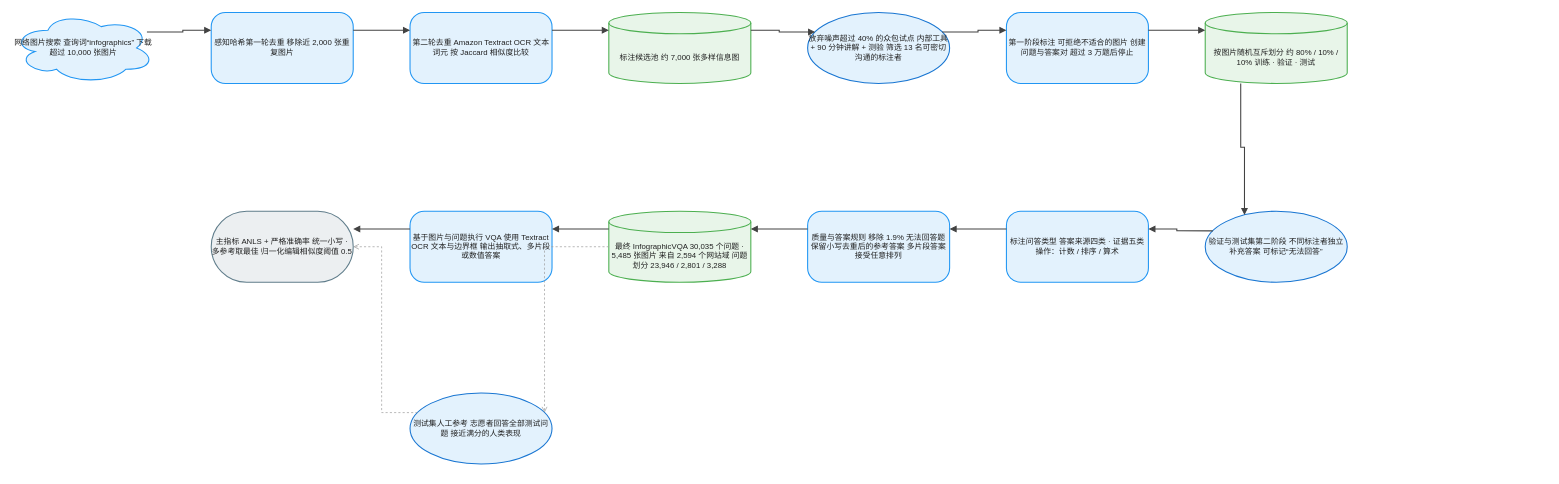
Before: client/public/drawio/InfographicVQA/InfographicVQA.zh.drawio in joe1chief/benchmark-hub, a draw.io diagram. Source tidied: cells renumbered, new cells numbered last; positions are measured from the earlier drawing's top-left corner, leaving out a move shared by most shapes. Both pictures are drawn from the tidied source at 71%, with x=0, y=0 at pixel (12, 12).
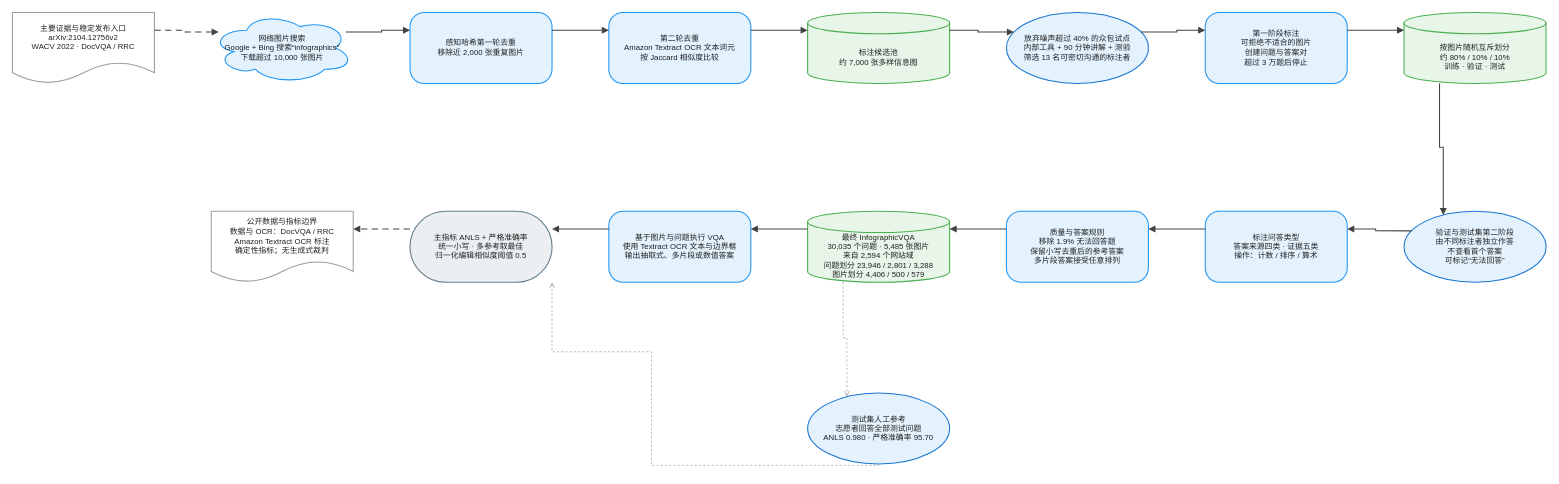
Above is the later version.

Diff of the diagram source:
```diff
@@
-    <mxCell id="2" value="网络图片搜索 查询词“infographics” 下载超过 10,000 张图片" style="ellipse;shape=cloud;html=1;whiteSpace=wrap;fillColor=#E3F2FD;strokeColor=#2196F3;strokeWidth=1.5;fontColor=#212121;fontSize=11;fontFamily=Arial, Helvetica, sans-serif;verticalAlign=middle;align=center;" parent="1" vertex="1">
+    <mxCell id="2" value="主要证据与稳定发布入口&#10;arXiv:2104.12756v2&#10;WACV 2022 · DocVQA / RRC" style="shape=document;boundedLbl=1;html=0;convertToSvg=1;whiteSpace=wrap;fillColor=#FFFFFF;strokeColor=#9E9E9E;strokeWidth=1.5;fontColor=#212121;fontSize=11;fontFamily=Arial, Helvetica, sans-serif;verticalAlign=middle;align=center;" parent="1" vertex="1">
       <mxGeometry width="200" height="100" as="geometry" />
     </mxCell>
-    <mxCell id="3" value="感知哈希第一轮去重 移除近 2,000 张重复图片" style="rounded=1;arcSize=20;html=1;whiteSpace=wrap;fillColor=#E3F2FD;strokeColor=#2196F3;strokeWidth=1.5;fontColor=#212121;fontSize=11;fontFamily=Arial, Helvetica, sans-serif;verticalAlign=middle;align=center;" parent="1" vertex="1">
+    <mxCell id="3" value="网络图片搜索&#10;Google + Bing 搜索“infographics”&#10;下载超过 10,000 张图片" style="ellipse;shape=cloud;html=0;convertToSvg=1;whiteSpace=wrap;fillColor=#E3F2FD;strokeColor=#2196F3;strokeWidth=1.5;fontColor=#212121;fontSize=11;fontFamily=Arial, Helvetica, sans-serif;verticalAlign=middle;align=center;" parent="1" vertex="1">
       <mxGeometry x="280" width="200" height="100" as="geometry" />
     </mxCell>
-    <mxCell id="4" value="第二轮去重 Amazon Textract OCR 文本词元 按 Jaccard 相似度比较" style="rounded=1;arcSize=20;html=1;whiteSpace=wrap;fillColor=#E3F2FD;strokeColor=#2196F3;strokeWidth=1.5;fontColor=#212121;fontSize=11;fontFamily=Arial, Helvetica, sans-serif;verticalAlign=middle;align=center;" parent="1" vertex="1">
+    <mxCell id="4" value="感知哈希第一轮去重&#10;移除近 2,000 张重复图片" style="rounded=1;arcSize=20;html=0;convertToSvg=1;whiteSpace=wrap;fillColor=#E3F2FD;strokeColor=#2196F3;strokeWidth=1.5;fontColor=#212121;fontSize=11;fontFamily=Arial, Helvetica, sans-serif;verticalAlign=middle;align=center;" parent="1" vertex="1">
       <mxGeometry x="560" width="200" height="100" as="geometry" />
     </mxCell>
-    <mxCell id="5" value="标注候选池 约 7,000 张多样信息图" style="shape=cylinder3;boundedLbl=1;backgroundOutline=1;size=15;html=1;whiteSpace=wrap;fillColor=#E8F5E9;strokeColor=#4CAF50;strokeWidth=1.5;fontColor=#212121;fontSize=11;fontFamily=Arial, Helvetica, sans-serif;verticalAlign=middle;align=center;" parent="1" vertex="1">
+    <mxCell id="5" value="第二轮去重&#10;Amazon Textract OCR 文本词元&#10;按 Jaccard 相似度比较" style="rounded=1;arcSize=20;html=0;convertToSvg=1;whiteSpace=wrap;fillColor=#E3F2FD;strokeColor=#2196F3;strokeWidth=1.5;fontColor=#212121;fontSize=11;fontFamily=Arial, Helvetica, sans-serif;verticalAlign=middle;align=center;" parent="1" vertex="1">
       <mxGeometry x="840" width="200" height="100" as="geometry" />
     </mxCell>
-    <mxCell id="6" value="放弃噪声超过 40% 的众包试点 内部工具 + 90 分钟讲解 + 测验 筛选 13 名可密切沟通的标注者" style="ellipse;html=1;whiteSpace=wrap;fillColor=#E3F2FD;strokeColor=#1976D2;strokeWidth=1.5;fontColor=#212121;fontSize=11;fontFamily=Arial, Helvetica, sans-serif;verticalAlign=middle;align=center;" parent="1" vertex="1">
+    <mxCell id="6" value="标注候选池&#10;约 7,000 张多样信息图" style="shape=cylinder3;boundedLbl=1;backgroundOutline=1;size=15;html=0;convertToSvg=1;whiteSpace=wrap;fillColor=#E8F5E9;strokeColor=#4CAF50;strokeWidth=1.5;fontColor=#212121;fontSize=11;fontFamily=Arial, Helvetica, sans-serif;verticalAlign=middle;align=center;" parent="1" vertex="1">
       <mxGeometry x="1120" width="200" height="100" as="geometry" />
     </mxCell>
-    <mxCell id="7" value="第一阶段标注 可拒绝不适合的图片 创建问题与答案对 超过 3 万题后停止" style="rounded=1;arcSize=20;html=1;whiteSpace=wrap;fillColor=#E3F2FD;strokeColor=#2196F3;strokeWidth=1.5;fontColor=#212121;fontSize=11;fontFamily=Arial, Helvetica, sans-serif;verticalAlign=middle;align=center;" parent="1" vertex="1">
+    <mxCell id="7" value="放弃噪声超过 40% 的众包试点&#10;内部工具 + 90 分钟讲解 + 测验&#10;筛选 13 名可密切沟通的标注者" style="ellipse;html=0;convertToSvg=1;whiteSpace=wrap;fillColor=#E3F2FD;strokeColor=#1976D2;strokeWidth=1.5;fontColor=#212121;fontSize=11;fontFamily=Arial, Helvetica, sans-serif;verticalAlign=middle;align=center;" parent="1" vertex="1">
       <mxGeometry x="1400" width="200" height="100" as="geometry" />
     </mxCell>
-    <mxCell id="8" value="按图片随机互斥划分 约 80% / 10% / 10% 训练 · 验证 · 测试" style="shape=cylinder3;boundedLbl=1;backgroundOutline=1;size=15;html=1;whiteSpace=wrap;fillColor=#E8F5E9;strokeColor=#4CAF50;strokeWidth=1.5;fontColor=#212121;fontSize=11;fontFamily=Arial, Helvetica, sans-serif;verticalAlign=middle;align=center;" parent="1" vertex="1">
+    <mxCell id="8" value="第一阶段标注&#10;可拒绝不适合的图片&#10;创建问题与答案对&#10;超过 3 万题后停止" style="rounded=1;arcSize=20;html=0;convertToSvg=1;whiteSpace=wrap;fillColor=#E3F2FD;strokeColor=#2196F3;strokeWidth=1.5;fontColor=#212121;fontSize=11;fontFamily=Arial, Helvetica, sans-serif;verticalAlign=middle;align=center;" parent="1" vertex="1">
       <mxGeometry x="1680" width="200" height="100" as="geometry" />
     </mxCell>
-    <mxCell id="9" value="验证与测试集第二阶段 不同标注者独立补充答案 可标记“无法回答”" style="ellipse;html=1;whiteSpace=wrap;fillColor=#E3F2FD;strokeColor=#1976D2;strokeWidth=1.5;fontColor=#212121;fontSize=11;fontFamily=Arial, Helvetica, sans-serif;verticalAlign=middle;align=center;" parent="1" vertex="1">
-      <mxGeometry x="1680" y="280" width="200" height="100" as="geometry" />
+    <mxCell id="9" value="按图片随机互斥划分&#10;约 80% / 10% / 10%&#10;训练 · 验证 · 测试" style="shape=cylinder3;boundedLbl=1;backgroundOutline=1;size=15;html=0;convertToSvg=1;whiteSpace=wrap;fillColor=#E8F5E9;strokeColor=#4CAF50;strokeWidth=1.5;fontColor=#212121;fontSize=11;fontFamily=Arial, Helvetica, sans-serif;verticalAlign=middle;align=center;" parent="1" vertex="1">
+      <mxGeometry x="1960" width="200" height="100" as="geometry" />
     </mxCell>
-    <mxCell id="10" value="标注问答类型 答案来源四类 · 证据五类 操作：计数 / 排序 / 算术" style="rounded=1;arcSize=20;html=1;whiteSpace=wrap;fillColor=#E3F2FD;strokeColor=#2196F3;strokeWidth=1.5;fontColor=#212121;fontSize=11;fontFamily=Arial, Helvetica, sans-serif;verticalAlign=middle;align=center;" parent="1" vertex="1">
-      <mxGeometry x="1400" y="280" width="200" height="100" as="geometry" />
+    <mxCell id="10" value="验证与测试集第二阶段&#10;由不同标注者独立作答&#10;不查看首个答案&#10;可标记“无法回答”" style="ellipse;html=0;convertToSvg=1;whiteSpace=wrap;fillColor=#E3F2FD;strokeColor=#1976D2;strokeWidth=1.5;fontColor=#212121;fontSize=11;fontFamily=Arial, Helvetica, sans-serif;verticalAlign=middle;align=center;" parent="1" vertex="1">
+      <mxGeometry x="1960" y="280" width="200" height="100" as="geometry" />
     </mxCell>
-    <mxCell id="11" value="质量与答案规则 移除 1.9% 无法回答题 保留小写去重后的参考答案 多片段答案接受任意排列" style="rounded=1;arcSize=20;html=1;whiteSpace=wrap;fillColor=#E3F2FD;strokeColor=#2196F3;strokeWidth=1.5;fontColor=#212121;fontSize=11;fontFamily=Arial, Helvetica, sans-serif;verticalAlign=middle;align=center;" parent="1" vertex="1">
-      <mxGeometry x="1120" y="280" width="200" height="100" as="geometry" />
+    <mxCell id="11" value="标注问答类型&#10;答案来源四类 · 证据五类&#10;操作：计数 / 排序 / 算术" style="rounded=1;arcSize=20;html=0;convertToSvg=1;whiteSpace=wrap;fillColor=#E3F2FD;strokeColor=#2196F3;strokeWidth=1.5;fontColor=#212121;fontSize=11;fontFamily=Arial, Helvetica, sans-serif;verticalAlign=middle;align=center;" parent="1" vertex="1">
+      <mxGeometry x="1680" y="280" width="200" height="100" as="geometry" />
     </mxCell>
-    <mxCell id="12" value="最终 InfographicVQA 30,035 个问题 · 5,485 张图片 来自 2,594 个网站域 问题划分 23,946 / 2,801 / 3,288" style="shape=cylinder3;boundedLbl=1;backgroundOutline=1;size=15;html=1;whiteSpace=wrap;fillColor=#E8F5E9;strokeColor=#4CAF50;strokeWidth=1.5;fontColor=#212121;fontSize=11;fontFamily=Arial, Helvetica, sans-serif;verticalAlign=middle;align=center;" parent="1" vertex="1">
-      <mxGeometry x="840" y="280" width="200" height="100" as="geometry" />
+    <mxCell id="12" value="质量与答案规则&#10;移除 1.9% 无法回答题&#10;保留小写去重后的参考答案&#10;多片段答案接受任意排列" style="rounded=1;arcSize=20;html=0;convertToSvg=1;whiteSpace=wrap;fillColor=#E3F2FD;strokeColor=#2196F3;strokeWidth=1.5;fontColor=#212121;fontSize=11;fontFamily=Arial, Helvetica, sans-serif;verticalAlign=middle;align=center;" parent="1" vertex="1">
+      <mxGeometry x="1400" y="280" width="200" height="100" as="geometry" />
     </mxCell>
-    <mxCell id="13" value="基于图片与问题执行 VQA 使用 Textract OCR 文本与边界框 输出抽取式、多片段或数值答案" style="rounded=1;arcSize=20;html=1;whiteSpace=wrap;fillColor=#E3F2FD;strokeColor=#2196F3;strokeWidth=1.5;fontColor=#212121;fontSize=11;fontFamily=Arial, Helvetica, sans-serif;verticalAlign=middle;align=center;" parent="1" vertex="1">
-      <mxGeometry x="560" y="280" width="200" height="100" as="geometry" />
+    <mxCell id="13" value="最终 InfographicVQA&#10;30,035 个问题 · 5,485 张图片&#10;来自 2,594 个网站域&#10;问题划分 23,946 / 2,801 / 3,288&#10;图片划分 4,406 / 500 / 579" style="shape=cylinder3;boundedLbl=1;backgroundOutline=1;size=15;html=0;convertToSvg=1;whiteSpace=wrap;fillColor=#E8F5E9;strokeColor=#4CAF50;strokeWidth=1.5;fontColor=#212121;fontSize=11;fontFamily=Arial, Helvetica, sans-serif;verticalAlign=middle;align=center;" parent="1" vertex="1">
+      <mxGeometry x="1120" y="280" width="200" height="100" as="geometry" />
     </mxCell>
-    <mxCell id="14" value="主指标 ANLS + 严格准确率 统一小写 · 多参考取最佳 归一化编辑相似度阈值 0.5" style="rounded=1;arcSize=50;html=1;whiteSpace=wrap;fillColor=#ECEFF1;strokeColor=#607D8B;strokeWidth=1.5;fontColor=#212121;fontSize=11;fontFamily=Arial, Helvetica, sans-serif;verticalAlign=middle;align=center;" parent="1" vertex="1">
-      <mxGeometry x="280" y="280" width="200" height="100" as="geometry" />
+    <mxCell id="14" value="基于图片与问题执行 VQA&#10;使用 Textract OCR 文本与边界框&#10;输出抽取式、多片段或数值答案" style="rounded=1;arcSize=20;html=0;convertToSvg=1;whiteSpace=wrap;fillColor=#E3F2FD;strokeColor=#2196F3;strokeWidth=1.5;fontColor=#212121;fontSize=11;fontFamily=Arial, Helvetica, sans-serif;verticalAlign=middle;align=center;" parent="1" vertex="1">
+      <mxGeometry x="840" y="280" width="200" height="100" as="geometry" />
     </mxCell>
-    <mxCell id="15" value="测试集人工参考 志愿者回答全部测试问题 接近满分的人类表现" style="ellipse;html=1;whiteSpace=wrap;fillColor=#E3F2FD;strokeColor=#1976D2;strokeWidth=1.5;fontColor=#212121;fontSize=11;fontFamily=Arial, Helvetica, sans-serif;verticalAlign=middle;align=center;" parent="1" vertex="1">
-      <mxGeometry x="560" y="536" width="200" height="100" as="geometry" />
+    <mxCell id="15" value="主指标 ANLS + 严格准确率&#10;统一小写 · 多参考取最佳&#10;归一化编辑相似度阈值 0.5" style="rounded=1;arcSize=50;html=0;convertToSvg=1;whiteSpace=wrap;fillColor=#ECEFF1;strokeColor=#607D8B;strokeWidth=1.5;fontColor=#212121;fontSize=11;fontFamily=Arial, Helvetica, sans-serif;verticalAlign=middle;align=center;" parent="1" vertex="1">
+      <mxGeometry x="560" y="280" width="200" height="100" as="geometry" />
     </mxCell>
-    <mxCell id="16" style="edgeStyle=orthogonalEdgeStyle;rounded=0;jettySize=auto;html=1;strokeColor=#424242;strokeWidth=1.5;endArrow=block;endFill=1;exitX=1;exitY=0.25;exitDx=0;exitDy=0;entryX=0;entryY=0.25;entryDx=0;entryDy=0;jumpStyle=arc;jumpSize=8;" parent="1" edge="1" source="2" target="3">
-      <mxGeometry relative="1" as="geometry" />
+    <mxCell id="16" value="测试集人工参考&#10;志愿者回答全部测试问题&#10;ANLS 0.980 · 严格准确率 95.70" style="ellipse;html=0;convertToSvg=1;whiteSpace=wrap;fillColor=#E3F2FD;strokeColor=#1976D2;strokeWidth=1.5;fontColor=#212121;fontSize=11;fontFamily=Arial, Helvetica, sans-serif;verticalAlign=middle;align=center;" parent="1" vertex="1">
+      <mxGeometry x="1120" y="536" width="200" height="100" as="geometry" />
     </mxCell>
-    <mxCell id="17" style="edgeStyle=orthogonalEdgeStyle;rounded=0;jettySize=auto;html=1;strokeColor=#424242;strokeWidth=1.5;endArrow=block;endFill=1;exitX=1;exitY=0.25;exitDx=0;exitDy=0;entryX=0;entryY=0.25;entryDx=0;entryDy=0;jumpStyle=arc;jumpSize=8;" parent="1" edge="1" source="3" target="4">
-      <mxGeometry relative="1" as="geometry" />
+    <mxCell id="17" value="公开数据与指标边界&#10;数据与 OCR：DocVQA / RRC&#10;Amazon Textract OCR 标注&#10;确定性指标；无生成式裁判" style="shape=document;boundedLbl=1;html=0;convertToSvg=1;whiteSpace=wrap;fillColor=#FFFFFF;strokeColor=#9E9E9E;strokeWidth=1.5;fontColor=#212121;fontSize=11;fontFamily=Arial, Helvetica, sans-serif;verticalAlign=middle;align=center;" parent="1" vertex="1">
+      <mxGeometry x="280" y="280" width="200" height="100" as="geometry" />
     </mxCell>
-    <mxCell id="18" style="edgeStyle=orthogonalEdgeStyle;rounded=0;jettySize=auto;html=1;strokeColor=#424242;strokeWidth=1.5;endArrow=block;endFill=1;exitX=1;exitY=0.25;exitDx=0;exitDy=0;entryX=0;entryY=0.25;entryDx=0;entryDy=0;jumpStyle=arc;jumpSize=8;" parent="1" edge="1" source="4" target="5">
+    <mxCell id="18" style="edgeStyle=orthogonalEdgeStyle;rounded=0;jettySize=auto;html=0;convertToSvg=1;strokeColor=#424242;strokeWidth=1.5;endArrow=block;endFill=1;exitX=1;exitY=0.25;exitDx=0;exitDy=0;entryX=0;entryY=0.25;entryDx=0;entryDy=0;dashed=1;dashPattern=6 4;jumpStyle=arc;jumpSize=8;" parent="1" edge="1" source="2" target="3">
       <mxGeometry relative="1" as="geometry" />
     </mxCell>
-    <mxCell id="19" style="edgeStyle=orthogonalEdgeStyle;rounded=0;jettySize=auto;html=1;strokeColor=#424242;strokeWidth=1.5;endArrow=block;endFill=1;exitX=1;exitY=0.25;exitDx=0;exitDy=0;entryX=0;entryY=0.25;entryDx=0;entryDy=0;jumpStyle=arc;jumpSize=8;" parent="1" edge="1" source="5" target="6">
+    <mxCell id="19" style="edgeStyle=orthogonalEdgeStyle;rounded=0;jettySize=auto;html=0;convertToSvg=1;strokeColor=#424242;strokeWidth=1.5;endArrow=block;endFill=1;exitX=1;exitY=0.25;exitDx=0;exitDy=0;entryX=0;entryY=0.25;entryDx=0;entryDy=0;jumpStyle=arc;jumpSize=8;" parent="1" edge="1" source="3" target="4">
       <mxGeometry relative="1" as="geometry" />
     </mxCell>
-    <mxCell id="20" style="edgeStyle=orthogonalEdgeStyle;rounded=0;jettySize=auto;html=1;strokeColor=#424242;strokeWidth=1.5;endArrow=block;endFill=1;exitX=1;exitY=0.25;exitDx=0;exitDy=0;entryX=0;entryY=0.25;entryDx=0;entryDy=0;jumpStyle=arc;jumpSize=8;" parent="1" edge="1" source="6" target="7">
+    <mxCell id="20" style="edgeStyle=orthogonalEdgeStyle;rounded=0;jettySize=auto;html=0;convertToSvg=1;strokeColor=#424242;strokeWidth=1.5;endArrow=block;endFill=1;exitX=1;exitY=0.25;exitDx=0;exitDy=0;entryX=0;entryY=0.25;entryDx=0;entryDy=0;jumpStyle=arc;jumpSize=8;" parent="1" edge="1" source="4" target="5">
       <mxGeometry relative="1" as="geometry" />
     </mxCell>
-    <mxCell id="21" style="edgeStyle=orthogonalEdgeStyle;rounded=0;jettySize=auto;html=1;strokeColor=#424242;strokeWidth=1.5;endArrow=block;endFill=1;exitX=1;exitY=0.25;exitDx=0;exitDy=0;entryX=0;entryY=0.25;entryDx=0;entryDy=0;jumpStyle=arc;jumpSize=8;" parent="1" edge="1" source="7" target="8">
+    <mxCell id="21" style="edgeStyle=orthogonalEdgeStyle;rounded=0;jettySize=auto;html=0;convertToSvg=1;strokeColor=#424242;strokeWidth=1.5;endArrow=block;endFill=1;exitX=1;exitY=0.25;exitDx=0;exitDy=0;entryX=0;entryY=0.25;entryDx=0;entryDy=0;jumpStyle=arc;jumpSize=8;" parent="1" edge="1" source="5" target="6">
       <mxGeometry relative="1" as="geometry" />
     </mxCell>
-    <mxCell id="22" style="edgeStyle=orthogonalEdgeStyle;rounded=0;jettySize=auto;html=1;strokeColor=#424242;strokeWidth=1.5;endArrow=block;endFill=1;exitX=0.25;exitY=1;exitDx=0;exitDy=0;entryX=0.25;entryY=0;entryDx=0;entryDy=0;jumpStyle=arc;jumpSize=8;" parent="1" edge="1" source="8" target="9">
+    <mxCell id="22" style="edgeStyle=orthogonalEdgeStyle;rounded=0;jettySize=auto;html=0;convertToSvg=1;strokeColor=#424242;strokeWidth=1.5;endArrow=block;endFill=1;exitX=1;exitY=0.25;exitDx=0;exitDy=0;entryX=0;entryY=0.25;entryDx=0;entryDy=0;jumpStyle=arc;jumpSize=8;" parent="1" edge="1" source="6" target="7">
       <mxGeometry relative="1" as="geometry" />
     </mxCell>
-    <mxCell id="23" style="edgeStyle=orthogonalEdgeStyle;rounded=0;jettySize=auto;html=1;strokeColor=#424242;strokeWidth=1.5;endArrow=block;endFill=1;exitX=0;exitY=0.25;exitDx=0;exitDy=0;entryX=1;entryY=0.25;entryDx=0;entryDy=0;jumpStyle=arc;jumpSize=8;" parent="1" edge="1" source="9" target="10">
+    <mxCell id="23" style="edgeStyle=orthogonalEdgeStyle;rounded=0;jettySize=auto;html=0;convertToSvg=1;strokeColor=#424242;strokeWidth=1.5;endArrow=block;endFill=1;exitX=1;exitY=0.25;exitDx=0;exitDy=0;entryX=0;entryY=0.25;entryDx=0;entryDy=0;jumpStyle=arc;jumpSize=8;" parent="1" edge="1" source="7" target="8">
       <mxGeometry relative="1" as="geometry" />
     </mxCell>
-    <mxCell id="24" style="edgeStyle=orthogonalEdgeStyle;rounded=0;jettySize=auto;html=1;strokeColor=#424242;strokeWidth=1.5;endArrow=block;endFill=1;exitX=0;exitY=0.25;exitDx=0;exitDy=0;entryX=1;entryY=0.25;entryDx=0;entryDy=0;jumpStyle=arc;jumpSize=8;" parent="1" edge="1" source="10" target="11">
+    <mxCell id="24" style="edgeStyle=orthogonalEdgeStyle;rounded=0;jettySize=auto;html=0;convertToSvg=1;strokeColor=#424242;strokeWidth=1.5;endArrow=block;endFill=1;exitX=1;exitY=0.25;exitDx=0;exitDy=0;entryX=0;entryY=0.25;entryDx=0;entryDy=0;jumpStyle=arc;jumpSize=8;" parent="1" edge="1" source="8" target="9">
       <mxGeometry relative="1" as="geometry" />
     </mxCell>
-    <mxCell id="25" style="edgeStyle=orthogonalEdgeStyle;rounded=0;jettySize=auto;html=1;strokeColor=#424242;strokeWidth=1.5;endArrow=block;endFill=1;exitX=0;exitY=0.25;exitDx=0;exitDy=0;entryX=1;entryY=0.25;entryDx=0;entryDy=0;jumpStyle=arc;jumpSize=8;" parent="1" edge="1" source="11" target="12">
+    <mxCell id="25" style="edgeStyle=orthogonalEdgeStyle;rounded=0;jettySize=auto;html=0;convertToSvg=1;strokeColor=#424242;strokeWidth=1.5;endArrow=block;endFill=1;exitX=0.25;exitY=1;exitDx=0;exitDy=0;entryX=0.25;entryY=0;entryDx=0;entryDy=0;jumpStyle=arc;jumpSize=8;" parent="1" edge="1" source="9" target="10">
       <mxGeometry relative="1" as="geometry" />
     </mxCell>
-    <mxCell id="26" style="edgeStyle=orthogonalEdgeStyle;rounded=0;jettySize=auto;html=1;strokeColor=#424242;strokeWidth=1.5;endArrow=block;endFill=1;exitX=0;exitY=0.25;exitDx=0;exitDy=0;entryX=1;entryY=0.25;entryDx=0;entryDy=0;jumpStyle=arc;jumpSize=8;" parent="1" edge="1" source="12" target="13">
+    <mxCell id="26" style="edgeStyle=orthogonalEdgeStyle;rounded=0;jettySize=auto;html=0;convertToSvg=1;strokeColor=#424242;strokeWidth=1.5;endArrow=block;endFill=1;exitX=0;exitY=0.25;exitDx=0;exitDy=0;entryX=1;entryY=0.25;entryDx=0;entryDy=0;jumpStyle=arc;jumpSize=8;" parent="1" edge="1" source="10" target="11">
       <mxGeometry relative="1" as="geometry" />
     </mxCell>
-    <mxCell id="27" style="edgeStyle=orthogonalEdgeStyle;rounded=0;jettySize=auto;html=1;strokeColor=#424242;strokeWidth=1.5;endArrow=block;endFill=1;exitX=0;exitY=0.25;exitDx=0;exitDy=0;entryX=1;entryY=0.25;entryDx=0;entryDy=0;jumpStyle=arc;jumpSize=8;" parent="1" edge="1" source="13" target="14">
+    <mxCell id="27" style="edgeStyle=orthogonalEdgeStyle;rounded=0;jettySize=auto;html=0;convertToSvg=1;strokeColor=#424242;strokeWidth=1.5;endArrow=block;endFill=1;exitX=0;exitY=0.25;exitDx=0;exitDy=0;entryX=1;entryY=0.25;entryDx=0;entryDy=0;jumpStyle=arc;jumpSize=8;" parent="1" edge="1" source="11" target="12">
       <mxGeometry relative="1" as="geometry" />
     </mxCell>
-    <mxCell id="28" style="edgeStyle=orthogonalEdgeStyle;rounded=0;jettySize=auto;html=1;strokeColor=#9E9E9E;strokeWidth=1;endArrow=open;endFill=0;exitX=0;exitY=0.5;exitDx=0;exitDy=0;entryX=1;entryY=0.25;entryDx=0;entryDy=0;dashed=1;dashPattern=3 3;jumpStyle=arc;jumpSize=8;" parent="1" edge="1" source="12" target="15">
+    <mxCell id="28" style="edgeStyle=orthogonalEdgeStyle;rounded=0;jettySize=auto;html=0;convertToSvg=1;strokeColor=#424242;strokeWidth=1.5;endArrow=block;endFill=1;exitX=0;exitY=0.25;exitDx=0;exitDy=0;entryX=1;entryY=0.25;entryDx=0;entryDy=0;jumpStyle=arc;jumpSize=8;" parent="1" edge="1" source="12" target="13">
       <mxGeometry relative="1" as="geometry" />
     </mxCell>
-    <mxCell id="29" style="edgeStyle=orthogonalEdgeStyle;rounded=0;jettySize=auto;html=1;strokeColor=#9E9E9E;strokeWidth=1;endArrow=open;endFill=0;exitX=0;exitY=0.25;exitDx=0;exitDy=0;entryX=1;entryY=0.5;entryDx=0;entryDy=0;dashed=1;dashPattern=3 3;jumpStyle=arc;jumpSize=8;" parent="1" edge="1" source="15" target="14">
+    <mxCell id="29" style="edgeStyle=orthogonalEdgeStyle;rounded=0;jettySize=auto;html=0;convertToSvg=1;strokeColor=#424242;strokeWidth=1.5;endArrow=block;endFill=1;exitX=0;exitY=0.25;exitDx=0;exitDy=0;entryX=1;entryY=0.25;entryDx=0;entryDy=0;jumpStyle=arc;jumpSize=8;" parent="1" edge="1" source="13" target="14">
       <mxGeometry relative="1" as="geometry" />
     </mxCell>
+    <mxCell id="30" style="edgeStyle=orthogonalEdgeStyle;rounded=0;jettySize=auto;html=0;convertToSvg=1;strokeColor=#424242;strokeWidth=1.5;endArrow=block;endFill=1;exitX=0;exitY=0.25;exitDx=0;exitDy=0;entryX=1;entryY=0.25;entryDx=0;entryDy=0;jumpStyle=arc;jumpSize=8;" parent="1" edge="1" source="14" target="15">
+      <mxGeometry relative="1" as="geometry" />
+    </mxCell>
+    <mxCell id="31" style="edgeStyle=orthogonalEdgeStyle;rounded=0;jettySize=auto;html=0;convertToSvg=1;strokeColor=#9E9E9E;strokeWidth=1;endArrow=open;endFill=0;exitX=0.25;exitY=1;exitDx=0;exitDy=0;entryX=0.25;entryY=0;entryDx=0;entryDy=0;dashed=1;dashPattern=3 3;jumpStyle=arc;jumpSize=8;" parent="1" edge="1" source="13" target="16">
+      <mxGeometry relative="1" as="geometry" />
+    </mxCell>
+    <mxCell id="32" style="edgeStyle=orthogonalEdgeStyle;rounded=0;jettySize=auto;html=0;convertToSvg=1;strokeColor=#9E9E9E;strokeWidth=1;endArrow=open;endFill=0;dashed=1;dashPattern=3 3;jumpStyle=arc;jumpSize=8;" parent="1" edge="1" source="16" target="15">
+      <mxGeometry relative="1" as="geometry">
+        <Array as="points">
+          <mxPoint x="900" y="638" />
+          <mxPoint x="900" y="478" />
+          <mxPoint x="760" y="478" />
+        </Array>
+      </mxGeometry>
+    </mxCell>
+    <mxCell id="33" style="edgeStyle=orthogonalEdgeStyle;rounded=0;jettySize=auto;html=0;convertToSvg=1;strokeColor=#424242;strokeWidth=1.5;endArrow=block;endFill=1;exitX=0;exitY=0.25;exitDx=0;exitDy=0;entryX=1;entryY=0.25;entryDx=0;entryDy=0;dashed=1;dashPattern=6 4;jumpStyle=arc;jumpSize=8;" parent="1" edge="1" source="15" target="17">
+      <mxGeometry relative="1" as="geometry" />
+    </mxCell>
```
